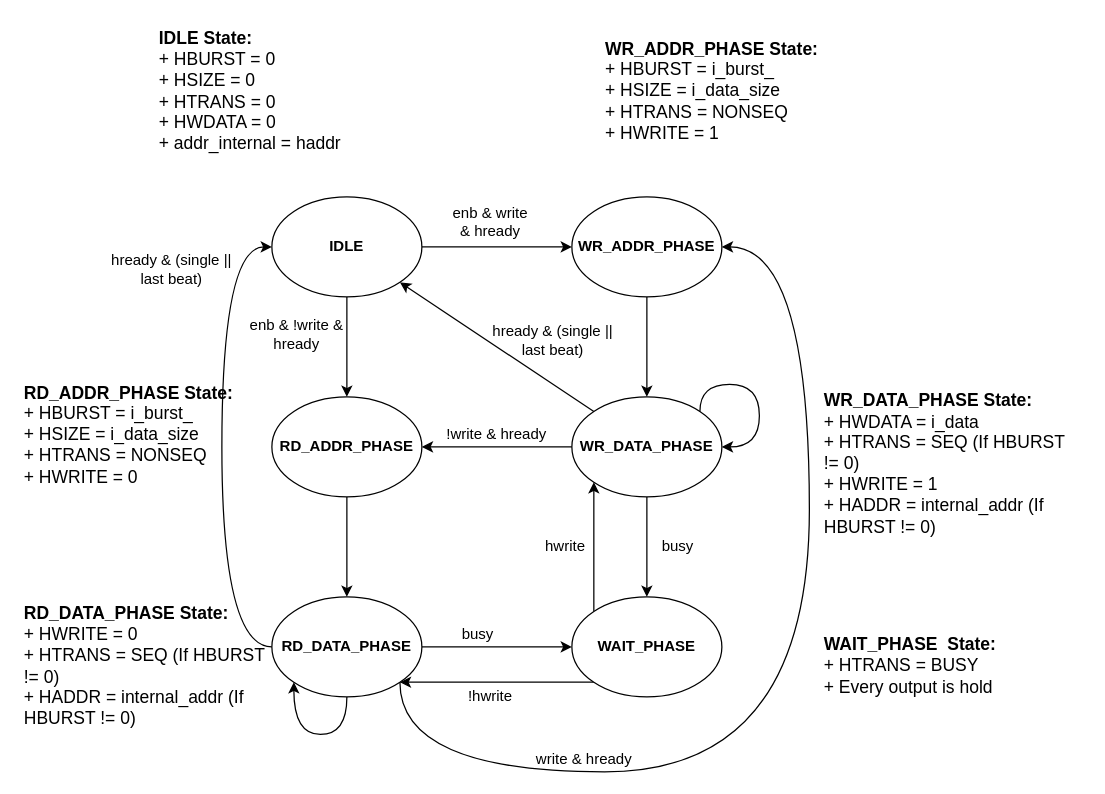
106210049/AMBA-AHB keeps this draw.io diagram as page "Master FSM" (4 of 18) of AMBA AHB.drawio. Above is the earlier version. Source tidied: cells renumbered, new cells numbered last; positions are measured from the earlier drawing's top-left corner, leaving out a move shared by most shapes. Both pictures are drawn from the tidied source at 125%, with x=0, y=0 at pixel (21, 21).
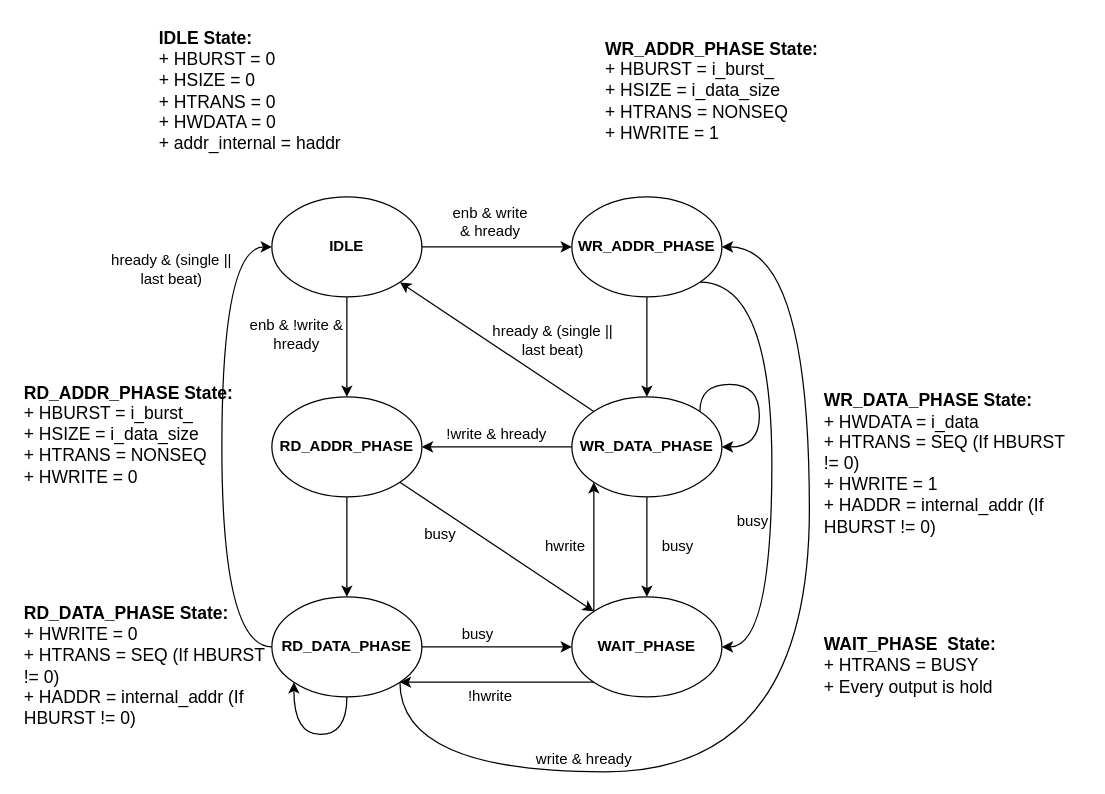
After the change.

Unchanged cells that the change refers to:
```xml
<mxCell id="6" value="WR_ADDR_PHASE" style="ellipse;whiteSpace=wrap;html=1;fontStyle=1;" parent="1" vertex="1">
  <mxGeometry x="440" y="140" width="120" height="80" as="geometry" />
</mxCell>
<mxCell id="15" value="RD_ADDR_PHASE" style="ellipse;whiteSpace=wrap;html=1;fontStyle=1;" parent="1" vertex="1">
  <mxGeometry x="200" y="300" width="120" height="80" as="geometry" />
</mxCell>
<mxCell id="18" value="WAIT_PHASE" style="ellipse;whiteSpace=wrap;html=1;fontStyle=1;" parent="1" vertex="1">
  <mxGeometry x="440" y="460" width="120" height="80" as="geometry" />
</mxCell>
```

What changed in the source:
```diff
@@
+    <mxCell id="38" style="edgeStyle=orthogonalEdgeStyle;rounded=0;jettySize=auto;html=1;exitX=1;exitY=1;exitDx=0;exitDy=0;entryX=1;entryY=0.5;entryDx=0;entryDy=0;curved=1;" parent="1" edge="1" source="6" target="18">
+      <mxGeometry relative="1" as="geometry">
+        <Array as="points">
+          <mxPoint x="600" y="208.3" />
+          <mxPoint x="600" y="500" />
+        </Array>
+      </mxGeometry>
+    </mxCell>
@@
+    <mxCell id="39" style="endArrow=classic;html=1;rounded=0;exitX=1;exitY=1;exitDx=0;exitDy=0;entryX=0;entryY=0;entryDx=0;entryDy=0;" parent="1" edge="1" source="15" target="18">
+      <mxGeometry relative="1" as="geometry" />
+    </mxCell>
+    <mxCell id="40" value="busy" style="text;html=1;whiteSpace=wrap;strokeColor=none;fillColor=none;align=center;verticalAlign=middle;rounded=0;" parent="1" vertex="1">
+      <mxGeometry x="310" y="400" width="50" height="20" as="geometry" />
+    </mxCell>
+    <mxCell id="41" value="busy" style="text;html=1;whiteSpace=wrap;strokeColor=none;fillColor=none;align=center;verticalAlign=middle;rounded=0;" parent="1" vertex="1">
+      <mxGeometry x="560" y="390" width="50" height="20" as="geometry" />
+    </mxCell>
```
